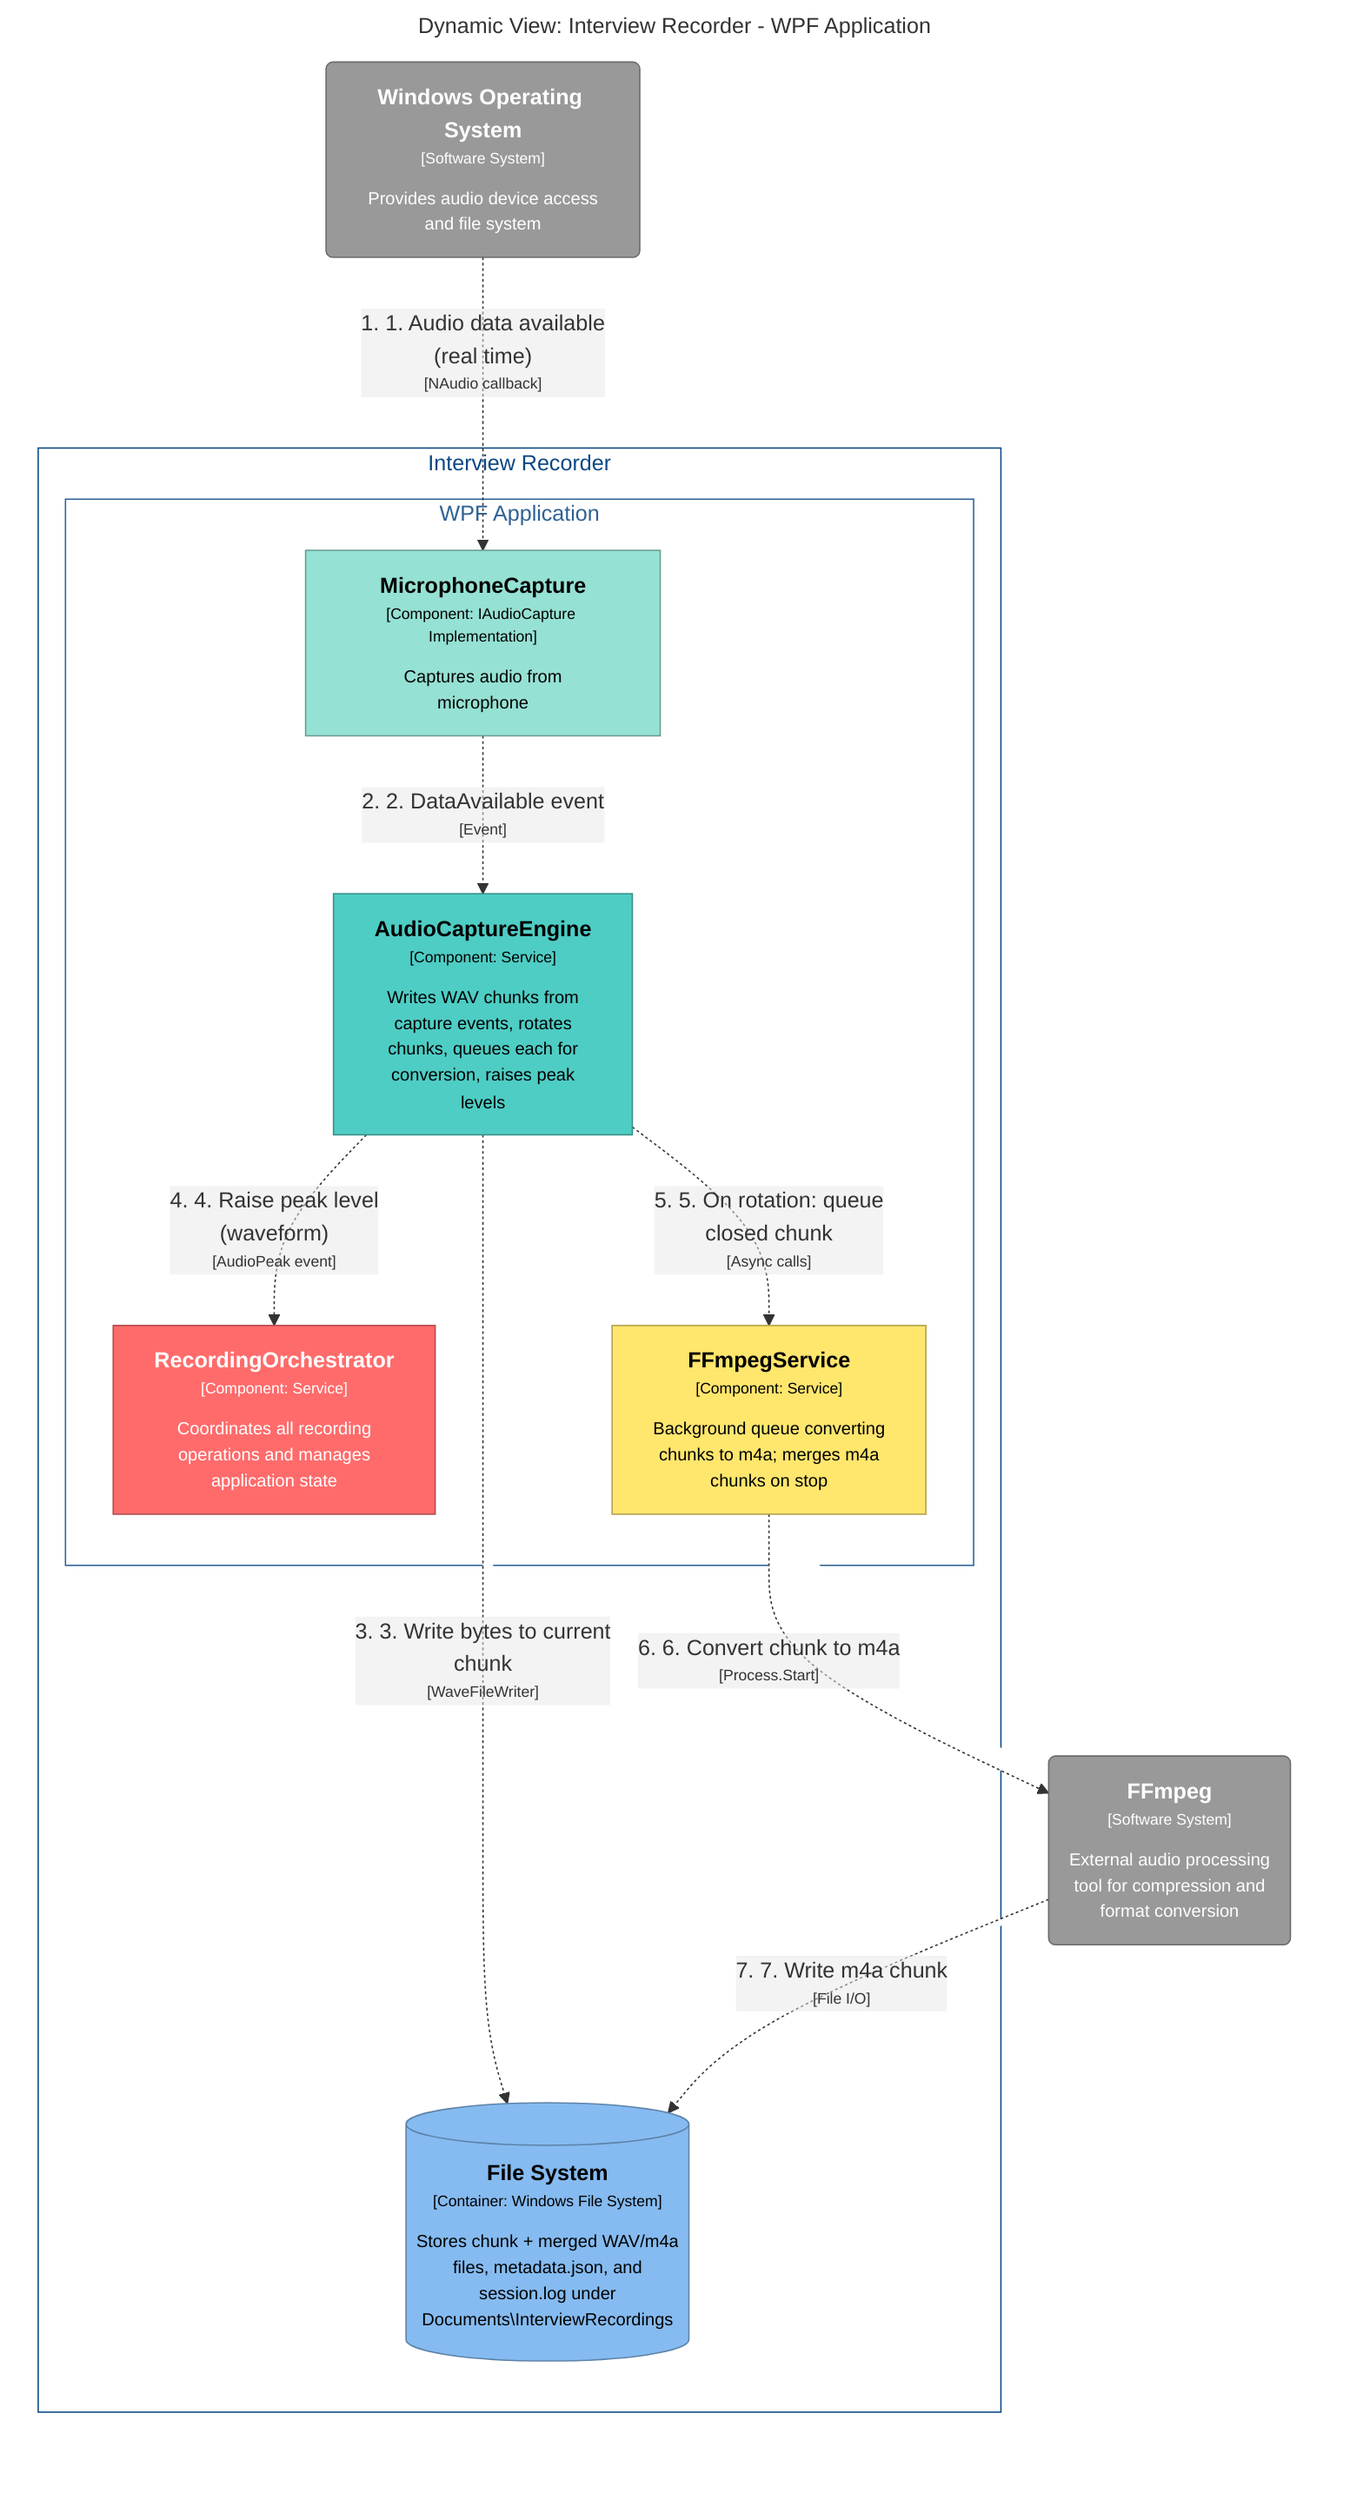
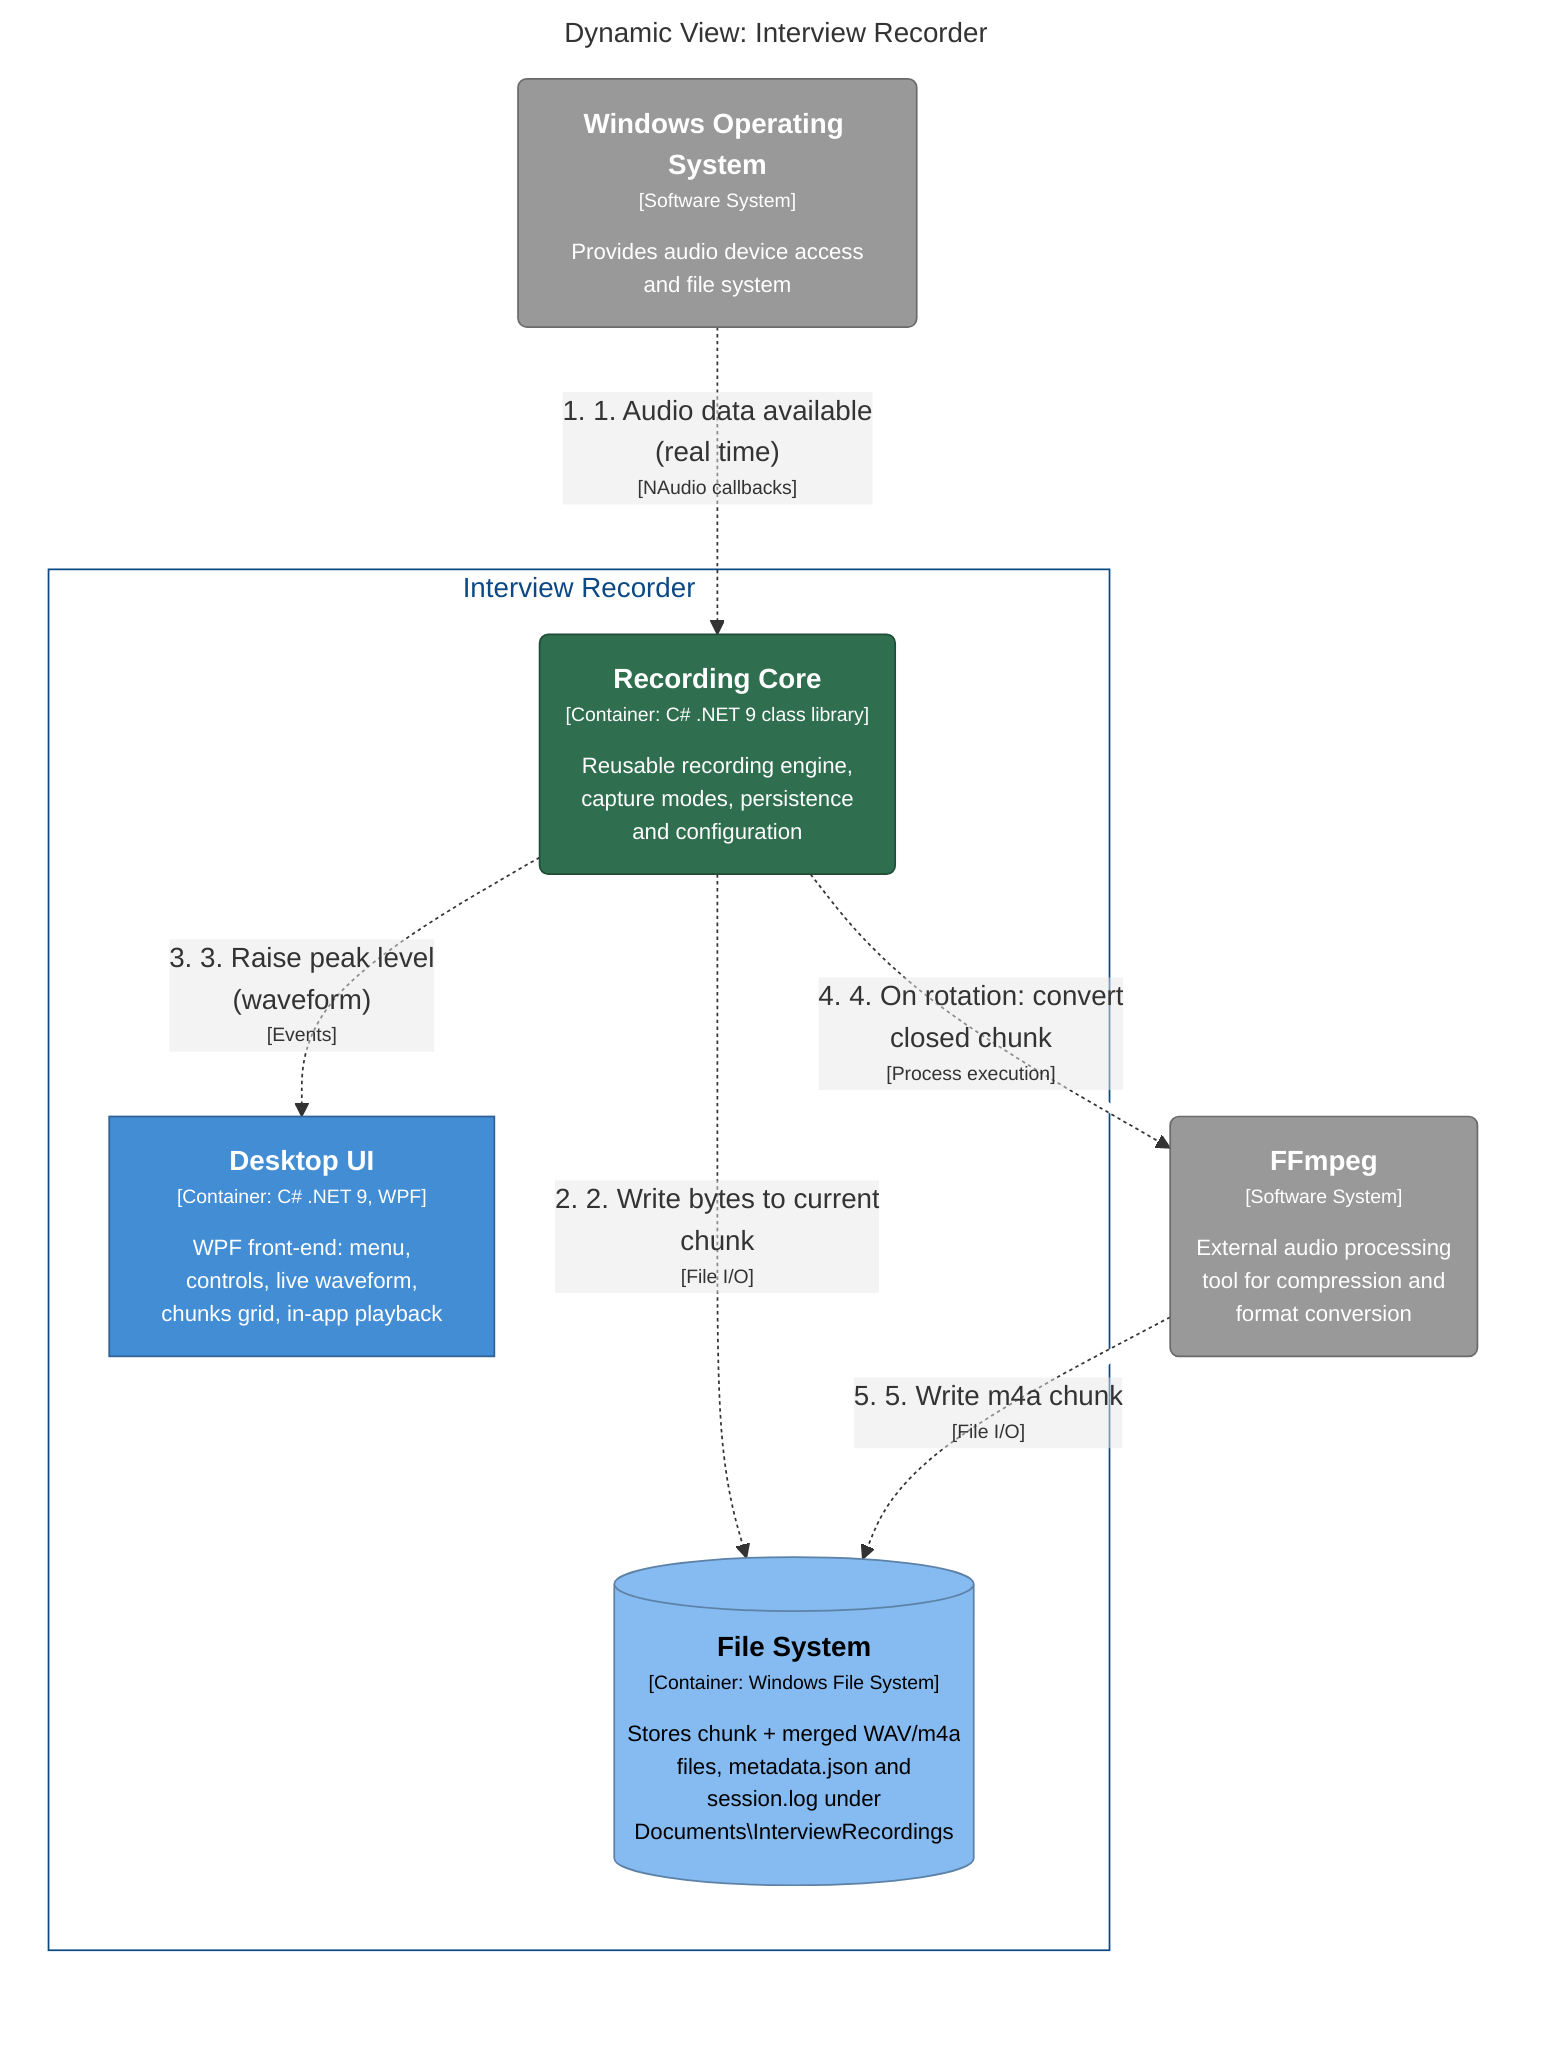
graph LR
  linkStyle default fill:#ffffff

-   subgraph diagram ["Dynamic View: Interview Recorder - WPF Application"]
+   subgraph diagram ["Dynamic View: Interview Recorder"]
    style diagram fill:#ffffff,stroke:#ffffff
+ 
+     subgraph 4 ["Interview Recorder"]
+       style 4 fill:#ffffff,stroke:#0b4884,color:#0b4884
+ 
+       42[("<div style='font-weight: bold'>File System</div><div style='font-size: 70%; margin-top: 0px'>[Container: Windows File System]</div><div style='font-size: 80%; margin-top:10px'>Stores chunk + merged WAV/m4a<br />files, metadata.json and<br />session.log under<br />Documents\InterviewRecordings</div>")]
+       style 42 fill:#85bbf0,stroke:#5d82a8,color:#000000
+       5["<div style='font-weight: bold'>Desktop UI</div><div style='font-size: 70%; margin-top: 0px'>[Container: C# .NET 9, WPF]</div><div style='font-size: 80%; margin-top:10px'>WPF front-end: menu,<br />controls, live waveform,<br />chunks grid, in-app playback</div>"]
+       style 5 fill:#438dd5,stroke:#2e6295,color:#ffffff
+       7("<div style='font-weight: bold'>Recording Core</div><div style='font-size: 70%; margin-top: 0px'>[Container: C# .NET 9 class library]</div><div style='font-size: 80%; margin-top:10px'>Reusable recording engine,<br />capture modes, persistence<br />and configuration</div>")
+       style 7 fill:#2f6f4f,stroke:#204d37,color:#ffffff
+     end

    2("<div style='font-weight: bold'>Windows Operating System</div><div style='font-size: 70%; margin-top: 0px'>[Software System]</div><div style='font-size: 80%; margin-top:10px'>Provides audio device access<br />and file system</div>")
    style 2 fill:#999999,stroke:#6b6b6b,color:#ffffff
    3("<div style='font-weight: bold'>FFmpeg</div><div style='font-size: 70%; margin-top: 0px'>[Software System]</div><div style='font-size: 80%; margin-top:10px'>External audio processing<br />tool for compression and<br />format conversion</div>")
    style 3 fill:#999999,stroke:#6b6b6b,color:#ffffff

-     subgraph 4 ["Interview Recorder"]
-       style 4 fill:#ffffff,stroke:#0b4884,color:#0b4884
- 
-       subgraph 5 ["WPF Application"]
-         style 5 fill:#ffffff,stroke:#2e6295,color:#2e6295
- 
-         14["<div style='font-weight: bold'>FFmpegService</div><div style='font-size: 70%; margin-top: 0px'>[Component: Service]</div><div style='font-size: 80%; margin-top:10px'>Background queue converting<br />chunks to m4a; merges m4a<br />chunks on stop</div>"]
-         style 14 fill:#ffe66d,stroke:#b2a14c,color:#000000
-         15["<div style='font-weight: bold'>MicrophoneCapture</div><div style='font-size: 70%; margin-top: 0px'>[Component: IAudioCapture Implementation]</div><div style='font-size: 80%; margin-top:10px'>Captures audio from<br />microphone</div>"]
-         style 15 fill:#95e1d3,stroke:#689d93,color:#000000
-         7["<div style='font-weight: bold'>RecordingOrchestrator</div><div style='font-size: 70%; margin-top: 0px'>[Component: Service]</div><div style='font-size: 80%; margin-top:10px'>Coordinates all recording<br />operations and manages<br />application state</div>"]
-         style 7 fill:#ff6b6b,stroke:#b24a4a,color:#ffffff
-         8["<div style='font-weight: bold'>AudioCaptureEngine</div><div style='font-size: 70%; margin-top: 0px'>[Component: Service]</div><div style='font-size: 80%; margin-top:10px'>Writes WAV chunks from<br />capture events, rotates<br />chunks, queues each for<br />conversion, raises peak<br />levels</div>"]
-         style 8 fill:#4ecdc4,stroke:#368f89,color:#000000
-       end
- 
-       53[("<div style='font-weight: bold'>File System</div><div style='font-size: 70%; margin-top: 0px'>[Container: Windows File System]</div><div style='font-size: 80%; margin-top:10px'>Stores chunk + merged WAV/m4a<br />files, metadata.json, and<br />session.log under<br />Documents\InterviewRecordings</div>")]
-       style 53 fill:#85bbf0,stroke:#5d82a8,color:#000000
-     end
- 
-     2("<div style='font-weight: bold'>Windows Operating System</div><div style='font-size: 70%; margin-top: 0px'>[Software System]</div><div style='font-size: 80%; margin-top:10px'>Provides audio device access<br />and file system</div>")
-     style 2 fill:#999999,stroke:#6b6b6b,color:#ffffff
-     3("<div style='font-weight: bold'>FFmpeg</div><div style='font-size: 70%; margin-top: 0px'>[Software System]</div><div style='font-size: 80%; margin-top:10px'>External audio processing<br />tool for compression and<br />format conversion</div>")
-     style 3 fill:#999999,stroke:#6b6b6b,color:#ffffff
-     53[("<div style='font-weight: bold'>File System</div><div style='font-size: 70%; margin-top: 0px'>[Container: Windows File System]</div><div style='font-size: 80%; margin-top:10px'>Stores chunk + merged WAV/m4a<br />files, metadata.json, and<br />session.log under<br />Documents\InterviewRecordings</div>")]
-     style 53 fill:#85bbf0,stroke:#5d82a8,color:#000000
- 
-     2-. "<div>1. 1. Audio data available<br />(real time)</div><div style='font-size: 70%'>[NAudio callback]</div>" .->15
-     15-. "<div>2. 2. DataAvailable event</div><div style='font-size: 70%'>[Event]</div>" .->8
-     8-. "<div>3. 3. Write bytes to current<br />chunk</div><div style='font-size: 70%'>[WaveFileWriter]</div>" .->53
-     8-. "<div>4. 4. Raise peak level<br />(waveform)</div><div style='font-size: 70%'>[AudioPeak event]</div>" .->7
-     8-. "<div>5. 5. On rotation: queue<br />closed chunk</div><div style='font-size: 70%'>[Async calls]</div>" .->14
-     14-. "<div>6. 6. Convert chunk to m4a</div><div style='font-size: 70%'>[Process.Start]</div>" .->3
-     3-. "<div>7. 7. Write m4a chunk</div><div style='font-size: 70%'>[File I/O]</div>" .->53
+     2-. "<div>1. 1. Audio data available<br />(real time)</div><div style='font-size: 70%'>[NAudio callbacks]</div>" .->7
+     7-. "<div>2. 2. Write bytes to current<br />chunk</div><div style='font-size: 70%'>[File I/O]</div>" .->42
+     7-. "<div>3. 3. Raise peak level<br />(waveform)</div><div style='font-size: 70%'>[Events]</div>" .->5
+     7-. "<div>4. 4. On rotation: convert<br />closed chunk</div><div style='font-size: 70%'>[Process execution]</div>" .->3
+     3-. "<div>5. 5. Write m4a chunk</div><div style='font-size: 70%'>[File I/O]</div>" .->42

  end